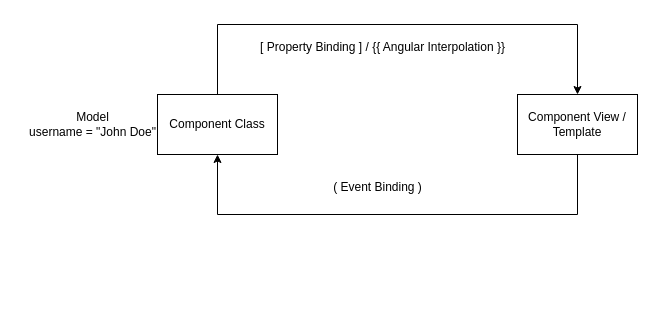
Above: page "Page-2" (2 of 4) of refs/ng-diagrams.drawio in synergy2411/dec-24-ng (draw.io), before the change. Source tidied: cells renumbered, new cells numbered last; positions are measured from the earlier drawing's top-left corner, leaving out a move shared by most shapes. Both pictures are drawn from the tidied source at 100%, with x=0, y=0 at pixel (17, 24).
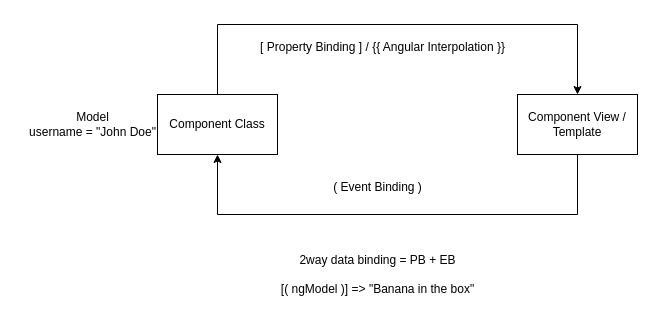
The same diagram, later.

What changed in the source:
```diff
@@
 <mxGraphModel>
   <root>
     <mxCell id="0" />
     <mxCell id="1" parent="0" />
     <mxCell id="2" style="edgeStyle=orthogonalEdgeStyle;rounded=0;jettySize=auto;html=1;exitX=0.5;exitY=0;exitDx=0;exitDy=0;entryX=0.5;entryY=0;entryDx=0;entryDy=0;" parent="1" edge="1" source="3" target="5">
       <mxGeometry relative="1" as="geometry">
         <Array as="points">
           <mxPoint x="200" />
           <mxPoint x="560" />
         </Array>
       </mxGeometry>
     </mxCell>
     <mxCell id="3" value="Component Class" style="rounded=0;whiteSpace=wrap;html=1;" parent="1" vertex="1">
       <mxGeometry x="140" y="70" width="120" height="60" as="geometry" />
     </mxCell>
     <mxCell id="4" style="edgeStyle=orthogonalEdgeStyle;rounded=0;jettySize=auto;html=1;exitX=0.5;exitY=1;exitDx=0;exitDy=0;entryX=0.5;entryY=1;entryDx=0;entryDy=0;" parent="1" edge="1" source="5" target="3">
       <mxGeometry relative="1" as="geometry">
         <Array as="points">
           <mxPoint x="560" y="190" />
           <mxPoint x="200" y="190" />
         </Array>
       </mxGeometry>
     </mxCell>
     <mxCell id="5" value="Component View / Template" style="rounded=0;whiteSpace=wrap;html=1;" parent="1" vertex="1">
       <mxGeometry x="500" y="70" width="120" height="60" as="geometry" />
     </mxCell>
     <mxCell id="6" value="Model&lt;div&gt;username = &quot;John Doe&quot;&lt;/div&gt;" style="text;html=1;align=center;verticalAlign=middle;strokeColor=none;fillColor=none;" parent="1" vertex="1">
       <mxGeometry y="80" width="150" height="40" as="geometry" />
     </mxCell>
     <mxCell id="7" value="[ Property Binding ] / {{ Angular Interpolation }}" style="text;html=1;align=center;verticalAlign=middle;strokeColor=none;fillColor=none;" parent="1" vertex="1">
       <mxGeometry x="230" y="8" width="270" height="30" as="geometry" />
     </mxCell>
     <mxCell id="8" value="( Event Binding )" style="text;html=1;align=center;verticalAlign=middle;strokeColor=none;fillColor=none;" parent="1" vertex="1">
       <mxGeometry x="305" y="148" width="110" height="30" as="geometry" />
     </mxCell>
+    <mxCell id="9" value="2way data binding = PB + EB&lt;div&gt;&lt;br&gt;&lt;/div&gt;&lt;div&gt;[( ngModel )] =&amp;gt; &quot;Banana in the box&quot;&lt;/div&gt;" style="text;html=1;align=center;verticalAlign=middle;strokeColor=none;fillColor=none;" parent="1" vertex="1">
+      <mxGeometry x="250" y="220" width="220" height="60" as="geometry" />
+    </mxCell>
   </root>
 </mxGraphModel>
```
